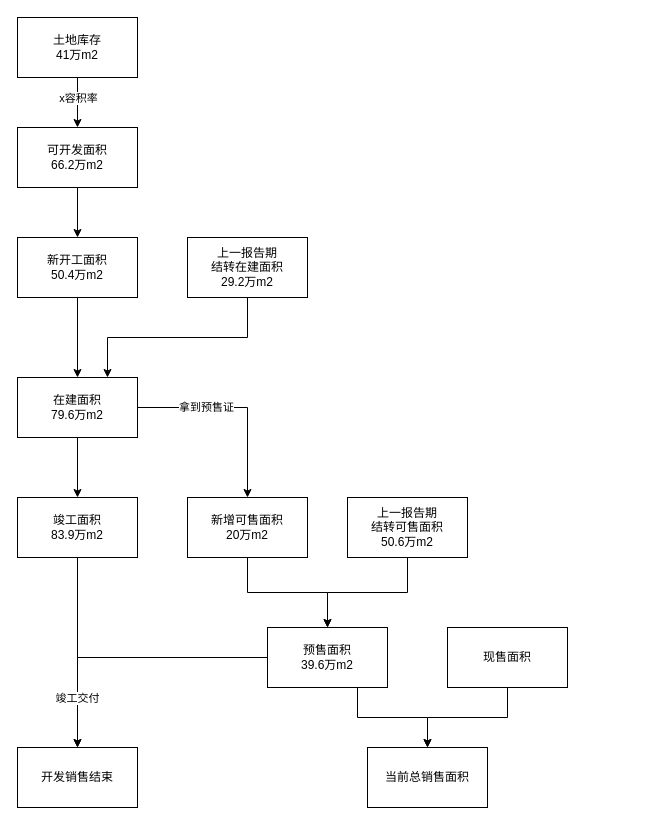
Before: 房地产开发各个面积定义和关系.drawio in evagle/awesome, a draw.io diagram. Source tidied: cells renumbered, new cells numbered last; positions are measured from the earlier drawing's top-left corner, leaving out a move shared by most shapes. Both pictures are drawn from the tidied source at 100%, with x=0, y=0 at pixel (17, 17).
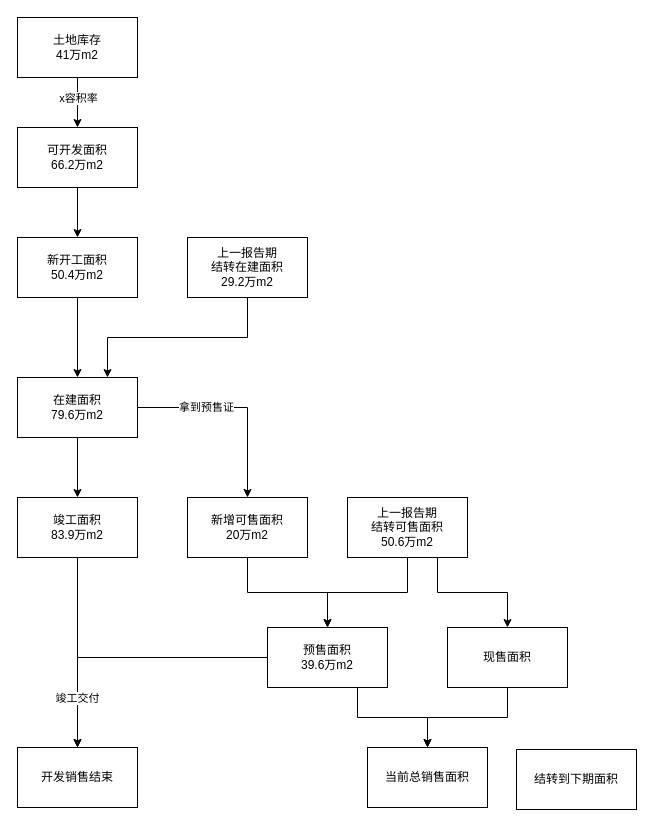
The same diagram, later.

Commit message (it also covers changes not shown here):
Update 房地产开发各个面积定义和关系.drawio

The change refers to these unchanged cells:
```xml
<mxCell id="18" value="上一报告期&lt;br&gt;结转可售面积&lt;br&gt;50.6万m2" style="rounded=0;whiteSpace=wrap;html=1;" parent="1" vertex="1">
  <mxGeometry x="330" y="480" width="120" height="60" as="geometry" />
</mxCell>
<mxCell id="27" value="现售面积" style="rounded=0;whiteSpace=wrap;html=1;" parent="1" vertex="1">
  <mxGeometry x="430" y="610" width="120" height="60" as="geometry" />
</mxCell>
```

The edit, as a diff of the source:
```diff
@@
+    <mxCell id="29" style="edgeStyle=orthogonalEdgeStyle;rounded=0;jettySize=auto;html=1;exitX=0.75;exitY=1;exitDx=0;exitDy=0;" parent="1" edge="1" source="18" target="27">
+      <mxGeometry relative="1" as="geometry" />
+    </mxCell>
@@
+    <mxCell id="30" value="结转到下期面积" style="rounded=0;whiteSpace=wrap;html=1;" parent="1" vertex="1">
+      <mxGeometry x="499" y="732" width="120" height="60" as="geometry" />
+    </mxCell>
```
